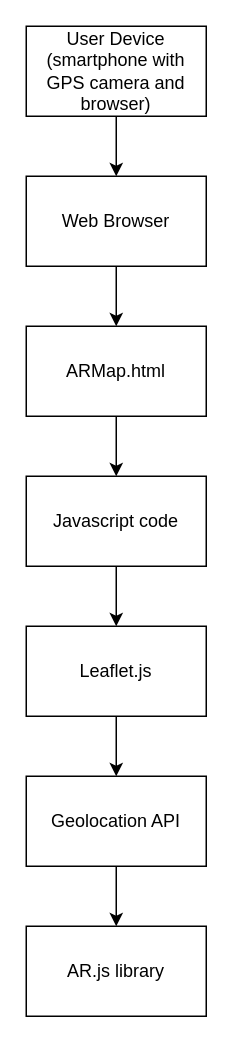
Earlier version of the draw.io diagram Untitled Diagram.drawio (louisslater/AR-Detective-Game). Source tidied: cells renumbered, new cells numbered last; positions are measured from the earlier drawing's top-left corner, leaving out a move shared by most shapes. Both pictures are drawn from the tidied source at 150%, with x=0, y=0 at pixel (26, 26).
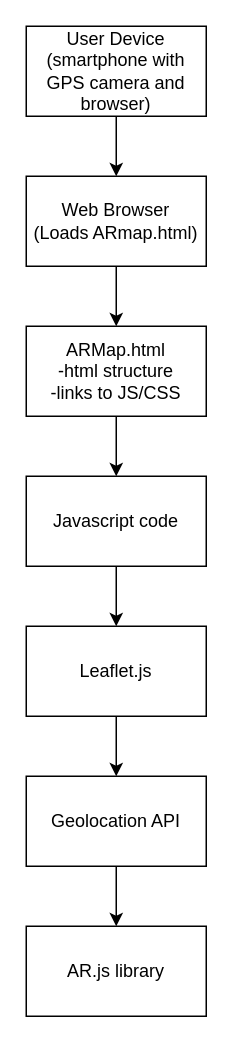
The same page after the edit.

Diff of the diagram source:
```diff
@@
 <mxGraphModel>
   <root>
     <mxCell id="0" />
     <mxCell id="1" parent="0" />
     <mxCell id="2" value="User Device&lt;div&gt;(smartphone with GPS camera and browser)&lt;/div&gt;" style="rounded=0;whiteSpace=wrap;html=1;" parent="1" vertex="1">
       <mxGeometry width="120" height="60" as="geometry" />
     </mxCell>
-    <mxCell id="3" value="Web Browser" style="rounded=0;whiteSpace=wrap;html=1;" parent="1" vertex="1">
+    <mxCell id="3" value="Web Browser&lt;div&gt;(Loads ARmap.html)&lt;/div&gt;" style="rounded=0;whiteSpace=wrap;html=1;" parent="1" vertex="1">
       <mxGeometry y="100" width="120" height="60" as="geometry" />
     </mxCell>
-    <mxCell id="4" value="ARMap.html" style="rounded=0;whiteSpace=wrap;html=1;" parent="1" vertex="1">
+    <mxCell id="4" value="ARMap.html&lt;div&gt;-html structure&lt;/div&gt;&lt;div&gt;-links to JS/CSS&lt;/div&gt;" style="rounded=0;whiteSpace=wrap;html=1;" parent="1" vertex="1">
       <mxGeometry y="200" width="120" height="60" as="geometry" />
     </mxCell>
     <mxCell id="5" value="Javascript code" style="rounded=0;whiteSpace=wrap;html=1;" parent="1" vertex="1">
       <mxGeometry y="300" width="120" height="60" as="geometry" />
     </mxCell>
     <mxCell id="6" value="Leaflet.js" style="rounded=0;whiteSpace=wrap;html=1;" parent="1" vertex="1">
       <mxGeometry y="400" width="120" height="60" as="geometry" />
     </mxCell>
     <mxCell id="7" value="Geolocation API" style="rounded=0;whiteSpace=wrap;html=1;" parent="1" vertex="1">
       <mxGeometry y="500" width="120" height="60" as="geometry" />
     </mxCell>
     <mxCell id="8" value="AR.js library" style="rounded=0;whiteSpace=wrap;html=1;" parent="1" vertex="1">
       <mxGeometry y="600" width="120" height="60" as="geometry" />
     </mxCell>
     <mxCell id="9" style="endArrow=classic;html=1;rounded=0;entryX=0.5;entryY=0;entryDx=0;entryDy=0;exitX=0.5;exitY=1;exitDx=0;exitDy=0;" parent="1" edge="1" source="2" target="3">
       <mxGeometry relative="1" as="geometry" />
     </mxCell>
     <mxCell id="10" style="endArrow=classic;html=1;rounded=0;entryX=0.5;entryY=0;entryDx=0;entryDy=0;exitX=0.5;exitY=1;exitDx=0;exitDy=0;" parent="1" edge="1" source="3" target="4">
       <mxGeometry relative="1" as="geometry" />
     </mxCell>
     <mxCell id="11" style="endArrow=classic;html=1;rounded=0;entryX=0.5;entryY=0;entryDx=0;entryDy=0;exitX=0.5;exitY=1;exitDx=0;exitDy=0;" parent="1" edge="1" source="4" target="5">
       <mxGeometry relative="1" as="geometry" />
     </mxCell>
     <mxCell id="12" style="endArrow=classic;html=1;rounded=0;entryX=0.5;entryY=0;entryDx=0;entryDy=0;exitX=0.5;exitY=1;exitDx=0;exitDy=0;" parent="1" edge="1" source="5" target="6">
       <mxGeometry relative="1" as="geometry" />
     </mxCell>
     <mxCell id="13" style="endArrow=classic;html=1;rounded=0;entryX=0.5;entryY=0;entryDx=0;entryDy=0;exitX=0.5;exitY=1;exitDx=0;exitDy=0;" parent="1" edge="1" source="6" target="7">
       <mxGeometry relative="1" as="geometry" />
     </mxCell>
     <mxCell id="14" style="endArrow=classic;html=1;rounded=0;entryX=0.5;entryY=0;entryDx=0;entryDy=0;exitX=0.5;exitY=1;exitDx=0;exitDy=0;" parent="1" edge="1" source="7" target="8">
       <mxGeometry relative="1" as="geometry" />
     </mxCell>
   </root>
 </mxGraphModel>
```
